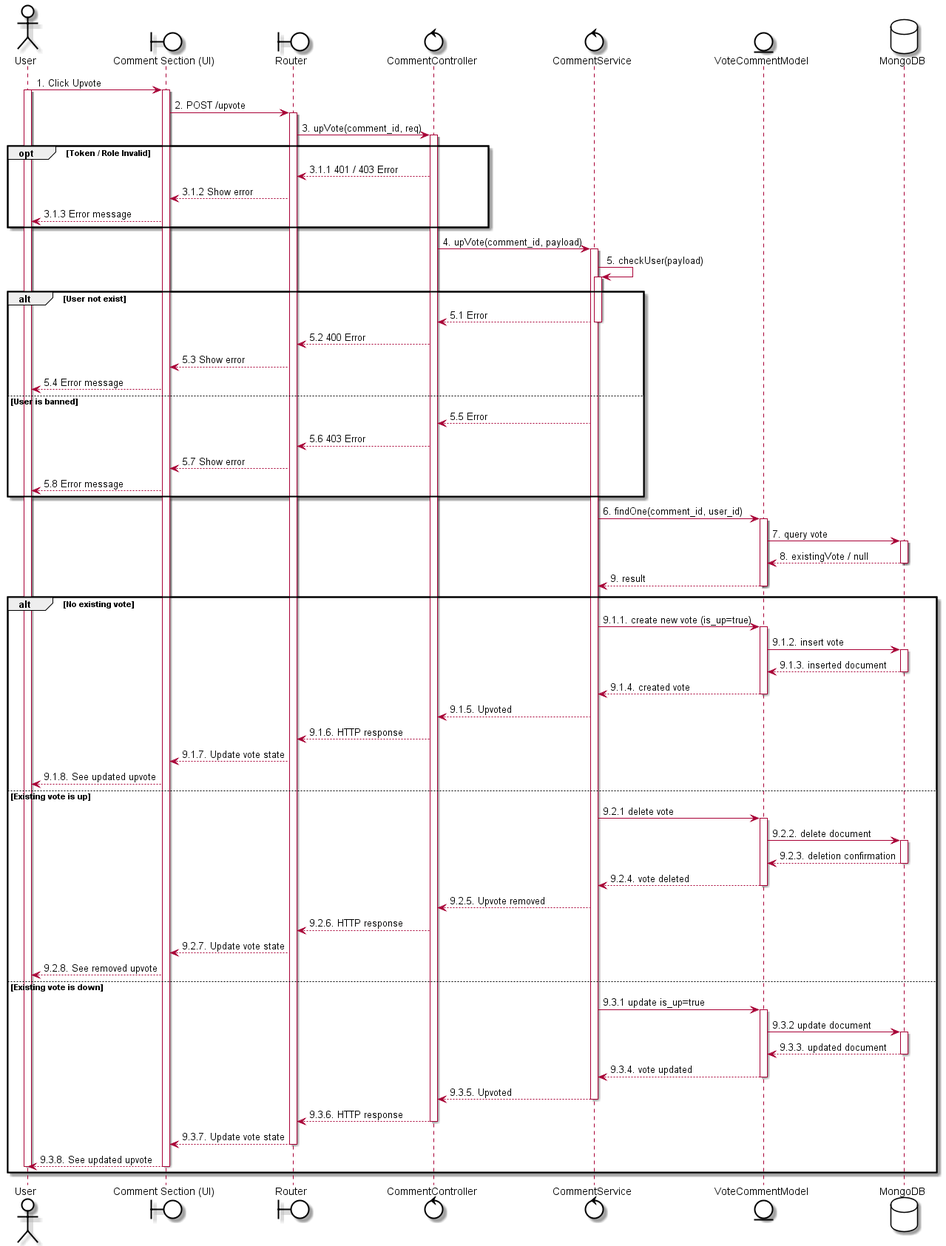
This is out/uc47 - upvote comment/uc47 - upvote comment.png from LGK1412/sequence_sep490_01, a PlantUML export, as it was before one commit.
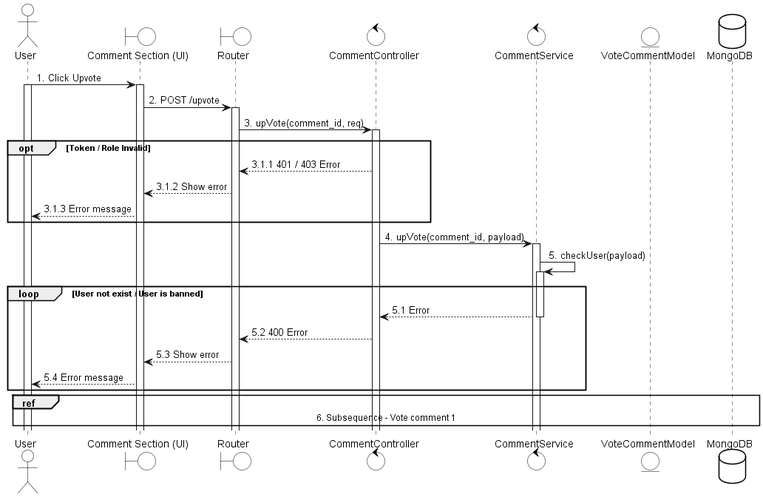
Later version of the same file.

Diff of the diagram source:
```diff
@@ -43,71 +43,16 @@
 CommentService -> CommentService: 5. checkUser(payload)
 activate CommentService
 
-alt User not exist
+loop User not exist / User is banned
     CommentService --> CommentController: 5.1 Error
     deactivate CommentService
     CommentController --> Router: 5.2 400 Error
     Router --> UI: 5.3 Show error
     UI --> User: 5.4 Error message
-else User is banned
-    CommentService --> CommentController: 5.5 Error
-    CommentController --> Router: 5.6 403 Error
-    Router --> UI: 5.7 Show error
-    UI --> User: 5.8 Error message
 end
 
-CommentService -> VoteCommentModel: 6. findOne(comment_id, user_id)
-activate VoteCommentModel
-VoteCommentModel -> MongoDB: 7. query vote
-activate MongoDB
-MongoDB --> VoteCommentModel: 8. existingVote / null
-deactivate MongoDB
-VoteCommentModel --> CommentService: 9. result
-deactivate VoteCommentModel
+ref over User, MongoDB
+    6. Subsequence - Vote comment 1
+end ref
 
-alt No existing vote
-    CommentService -> VoteCommentModel: 9.1.1. create new vote (is_up=true)
-    activate VoteCommentModel
-    VoteCommentModel -> MongoDB: 9.1.2. insert vote
-    activate MongoDB
-    MongoDB --> VoteCommentModel: 9.1.3. inserted document
-    deactivate MongoDB
-    VoteCommentModel --> CommentService: 9.1.4. created vote
-    deactivate VoteCommentModel
-    CommentService --> CommentController: 9.1.5. Upvoted
-    CommentController --> Router: 9.1.6. HTTP response
-    Router --> UI: 9.1.7. Update vote state
-    UI --> User: 9.1.8. See updated upvote
-else Existing vote is up
-    CommentService -> VoteCommentModel: 9.2.1 delete vote
-    activate VoteCommentModel
-    VoteCommentModel -> MongoDB: 9.2.2. delete document
-    activate MongoDB
-    MongoDB --> VoteCommentModel: 9.2.3. deletion confirmation
-    deactivate MongoDB
-    VoteCommentModel --> CommentService: 9.2.4. vote deleted
-    deactivate VoteCommentModel
-    CommentService --> CommentController: 9.2.5. Upvote removed
-    CommentController --> Router: 9.2.6. HTTP response
-    Router --> UI: 9.2.7. Update vote state
-    UI --> User: 9.2.8. See removed upvote
-else Existing vote is down
-    CommentService -> VoteCommentModel: 9.3.1 update is_up=true
-    activate VoteCommentModel
-    VoteCommentModel -> MongoDB: 9.3.2 update document
-    activate MongoDB
-    MongoDB --> VoteCommentModel: 9.3.3. updated document
-    deactivate MongoDB
-    VoteCommentModel --> CommentService: 9.3.4. vote updated
-    deactivate VoteCommentModel
-    CommentService --> CommentController: 9.3.5. Upvoted
-    deactivate CommentService
-    CommentController --> Router: 9.3.6. HTTP response
-    deactivate CommentController
-    Router --> UI: 9.3.7. Update vote state
-    deactivate Router
-    UI --> User: 9.3.8. See updated upvote
-    deactivate UI
-    deactivate User
-end
 @enduml
```
